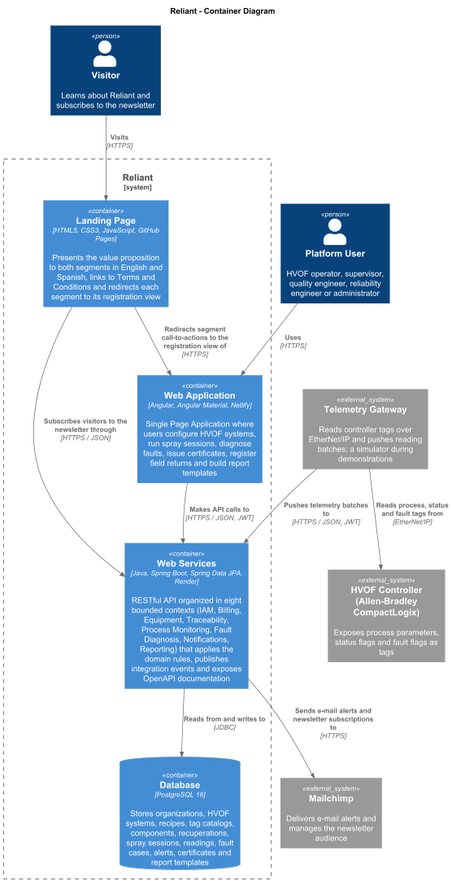
Above: assets/img/4.chapter-iv/4.6.domain-driven-software-architecture/4.6.3.software-architecture-container-diagrams/Containers-Reliant___Container_Diagram.png in upc-pre-202620-1asi0729-7753-innovacorp/reliant-report (PlantUML), before the change.
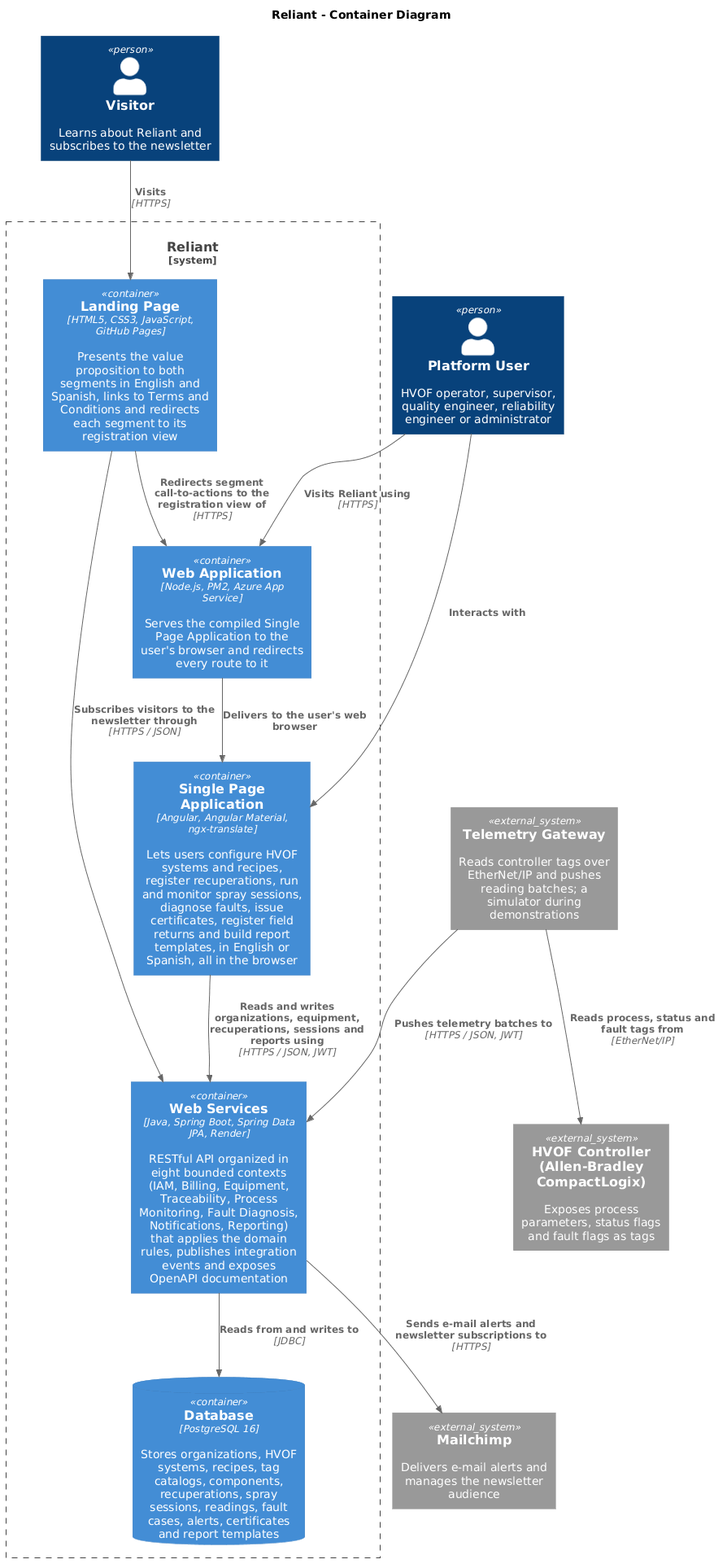
After the commit.

Commit message:
docs(chapter-iv): add the single page application to the container diagram.

What changed in the source:
```diff
@@ -1,4 +1,4 @@
-@startuml "Containers"
+@startuml
 !includeurl https://raw.githubusercontent.com/plantuml-stdlib/C4-PlantUML/master/C4_Container.puml
 
 title Reliant - Container Diagram
@@ -11,7 +11,8 @@
 
 System_Boundary(reliant, "Reliant") {
     Container(landing, "Landing Page", "HTML5, CSS3, JavaScript, GitHub Pages", "Presents the value proposition to both segments in English and Spanish, links to Terms and Conditions and redirects each segment to its registration view")
-    Container(webapp, "Web Application", "Angular, Angular Material, Netlify", "Single Page Application where users configure HVOF systems, run spray sessions, diagnose faults, issue certificates, register field returns and build report templates")
+    Container(webapp, "Web Application", "Node.js, PM2, Azure App Service", "Serves the compiled Single Page Application to the user's browser and redirects every route to it")
+    Container(spa, "Single Page Application", "Angular, Angular Material, ngx-translate", "Lets users configure HVOF systems and recipes, register recuperations, run and monitor spray sessions, diagnose faults, issue certificates, register field returns and build report templates, in English or Spanish, all in the browser")
     Container(api, "Web Services", "Java, Spring Boot, Spring Data JPA, Render", "RESTful API organized in eight bounded contexts (IAM, Billing, Equipment, Traceability, Process Monitoring, Fault Diagnosis, Notifications, Reporting) that applies the domain rules, publishes integration events and exposes OpenAPI documentation")
     ContainerDb(db, "Database", "PostgreSQL 16", "Stores organizations, HVOF systems, recipes, tag catalogs, components, recuperations, spray sessions, readings, fault cases, alerts, certificates and report templates")
 }
@@ -19,8 +20,10 @@
 Rel(visitor, landing, "Visits", "HTTPS")
 Rel(landing, webapp, "Redirects segment call-to-actions to the registration view of", "HTTPS")
 Rel(landing, api, "Subscribes visitors to the newsletter through", "HTTPS / JSON")
-Rel(user, webapp, "Uses", "HTTPS")
-Rel(webapp, api, "Makes API calls to", "HTTPS / JSON, JWT")
+Rel(user, webapp, "Visits Reliant using", "HTTPS")
+Rel(webapp, spa, "Delivers to the user's web browser")
+Rel(user, spa, "Interacts with")
+Rel(spa, api, "Reads and writes organizations, equipment, recuperations, sessions and reports using", "HTTPS / JSON, JWT")
 Rel(api, db, "Reads from and writes to", "JDBC")
 Rel(gateway, plc, "Reads process, status and fault tags from", "EtherNet/IP")
 Rel(gateway, api, "Pushes telemetry batches to", "HTTPS / JSON, JWT")
```
